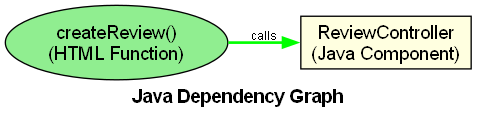
This is dependencies.png from tudao164/DependGraphForJava2, a Graphviz export, as it was before one commit. Its source is kept beside it as dependencies.dot.
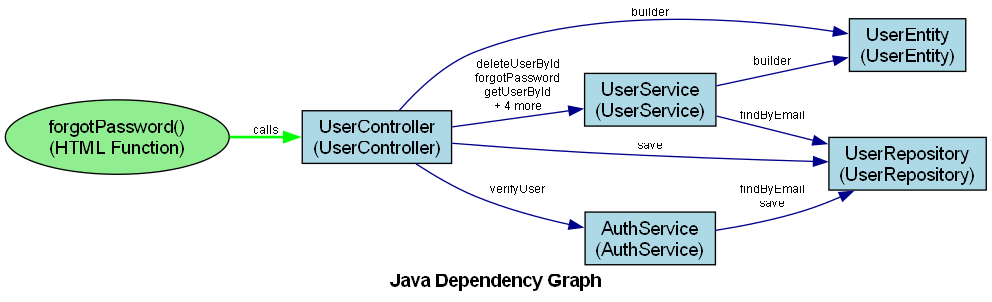
After the commit.

Diff of the diagram source:
```diff
@@ -4,9 +4,20 @@
     edge [fontname="Arial", fontsize=9, color=darkblue];
     graph [fontname="Arial Bold", fontsize=14, label="Java Dependency Graph"];
 
+    "UserService" [label="UserService\n(UserService)", URL="javascript:showNodeInfo('UserService')", fillcolor="lightblue"];
+    "UserController" [label="UserController\n(UserController)", URL="javascript:showNodeInfo('UserController')", fillcolor="lightblue"];
+    "UserEntity" [label="UserEntity\n(UserEntity)", URL="javascript:showNodeInfo('UserEntity')", fillcolor="lightblue"];
+    "AuthService" [label="AuthService\n(AuthService)", URL="javascript:showNodeInfo('AuthService')", fillcolor="lightblue"];
+    "UserRepository" [label="UserRepository\n(UserRepository)", URL="javascript:showNodeInfo('UserRepository')", fillcolor="lightblue"];
 
+    "UserController" -> "UserEntity" [label="builder", URL="javascript:showEdgeInfo('UserController', 'UserEntity')"];
+    "UserController" -> "UserRepository" [label="save", URL="javascript:showEdgeInfo('UserController', 'UserRepository')"];
+    "UserController" -> "UserService" [label="deleteUserById\nforgotPassword\ngetUserById\n+ 4 more", URL="javascript:showEdgeInfo('UserController', 'UserService')"];
+    "UserController" -> "AuthService" [label="verifyUser", URL="javascript:showEdgeInfo('UserController', 'AuthService')"];
+    "AuthService" -> "UserRepository" [label="findByEmail\nsave", URL="javascript:showEdgeInfo('AuthService', 'UserRepository')"];
+    "UserService" -> "UserEntity" [label="builder", URL="javascript:showEdgeInfo('UserService', 'UserEntity')"];
+    "UserService" -> "UserRepository" [label="findByEmail", URL="javascript:showEdgeInfo('UserService', 'UserRepository')"];
 
-    "HTML_createReview" [label="createReview()\n(HTML Function)", URL="javascript:showNodeInfo('HTML_createReview')", fillcolor="lightgreen", shape="ellipse"];
-    "Java_ReviewController" [label="ReviewController\n(Java Component)", URL="javascript:showNodeInfo('Java_ReviewController')", fillcolor="lightyellow"];
-    "HTML_createReview" -> "Java_ReviewController" [label="calls", URL="javascript:showEdgeInfo('HTML_createReview', 'Java_ReviewController')", color="green", style="bold"];
+    "HTML_forgotPassword" [label="forgotPassword()\n(HTML Function)", URL="javascript:showNodeInfo('HTML_forgotPassword')", fillcolor="lightgreen", shape="ellipse"];
+    "HTML_forgotPassword" -> "UserController" [label="calls", URL="javascript:showEdgeInfo('HTML_forgotPassword', 'UserController')", color="green", style="bold"];
 }
```
